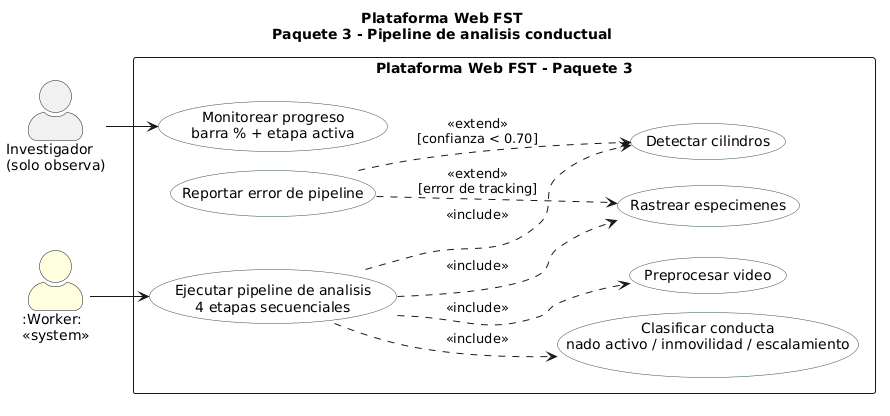
This is figures/mermaid/cu_paquete3.png from ErickJester/fst-ai-system-latex, a PlantUML export, as it was before one commit. Its diagram source:
```plantuml
@startuml
!pragma layout smetana
title Plataforma Web FST\nPaquete 3 - Pipeline de analisis conductual
left to right direction
skinparam packageStyle rectangle
skinparam actorStyle awesome
skinparam usecase {
  BackgroundColor White
  BorderColor DarkSlateGray
}
actor "Investigador\n(solo observa)" as INV
actor ":Worker:\n<<system>>" as WRK #LightYellow
rectangle "Plataforma Web FST - Paquete 3" {
  usecase "Ejecutar pipeline de analisis\n4 etapas secuenciales" as UC30
  usecase "Preprocesar video" as UC31
  usecase "Detectar cilindros" as UC32
  usecase "Rastrear especimenes" as UC33
  usecase "Clasificar conducta\nnado activo / inmovilidad / escalamiento" as UC34
  usecase "Monitorear progreso\nbarra % + etapa activa" as UC35
  usecase "Reportar error de pipeline" as UC36
}
WRK --> UC30
INV --> UC35
UC30 ..> UC31 : <<include>>
UC30 ..> UC32 : <<include>>
UC30 ..> UC33 : <<include>>
UC30 ..> UC34 : <<include>>
UC36 ..> UC32 : <<extend>>\n[confianza < 0.70]
UC36 ..> UC33 : <<extend>>\n[error de tracking]
@enduml
```
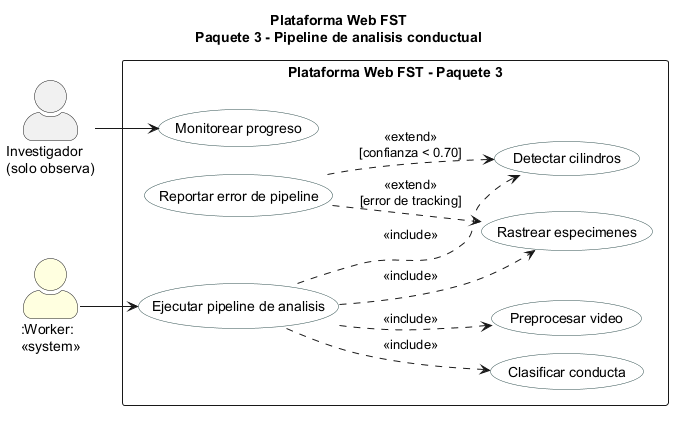
The same file after the commit.

The edit, as a diff of the source:
```diff
@@ -11,12 +11,12 @@
 actor "Investigador\n(solo observa)" as INV
 actor ":Worker:\n<<system>>" as WRK #LightYellow
 rectangle "Plataforma Web FST - Paquete 3" {
-  usecase "Ejecutar pipeline de analisis\n4 etapas secuenciales" as UC30
+  usecase "Ejecutar pipeline de analisis" as UC30
   usecase "Preprocesar video" as UC31
   usecase "Detectar cilindros" as UC32
   usecase "Rastrear especimenes" as UC33
-  usecase "Clasificar conducta\nnado activo / inmovilidad / escalamiento" as UC34
-  usecase "Monitorear progreso\nbarra % + etapa activa" as UC35
+  usecase "Clasificar conducta" as UC34
+  usecase "Monitorear progreso" as UC35
   usecase "Reportar error de pipeline" as UC36
 }
 WRK --> UC30
```
